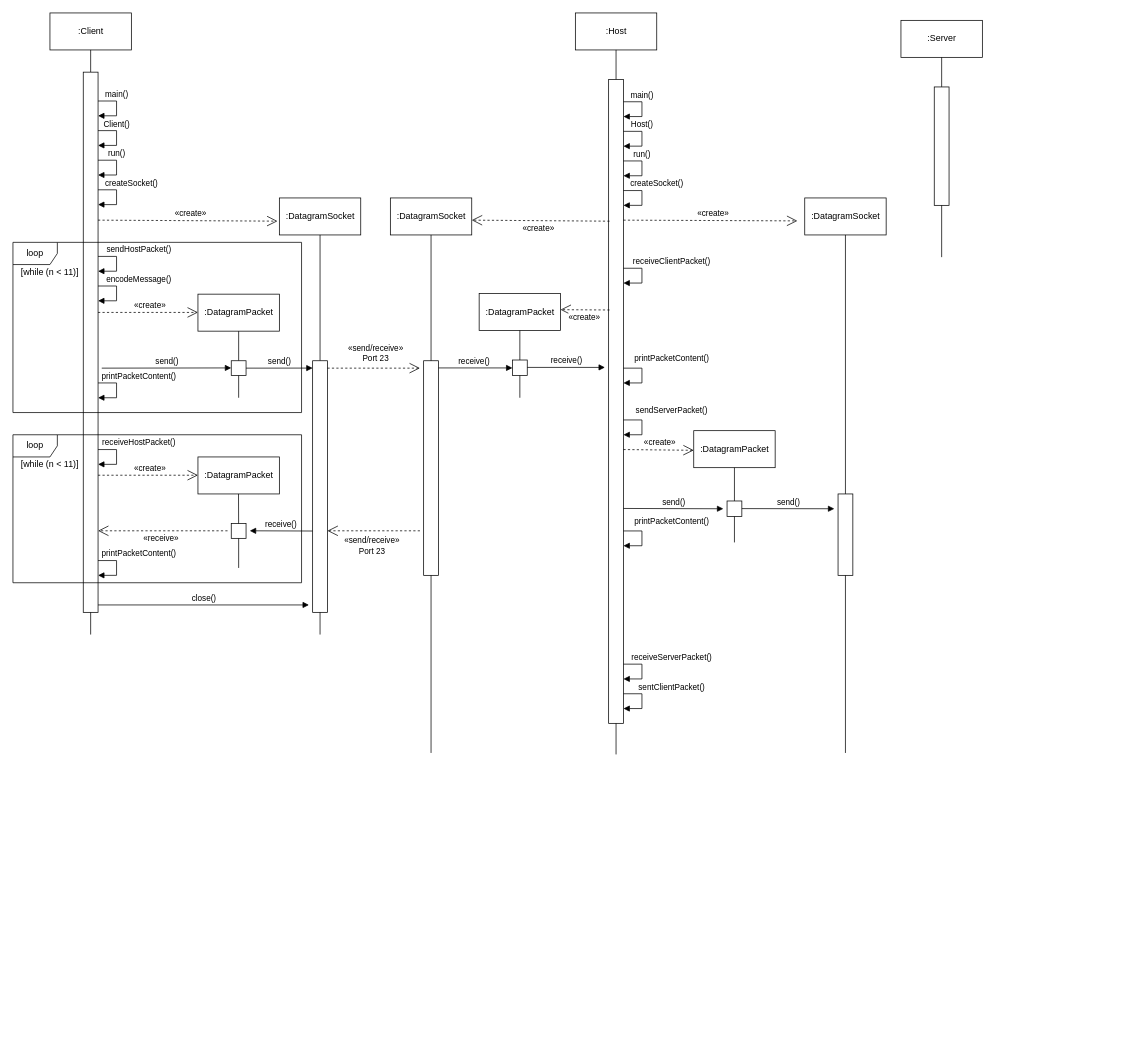
trong0dn/Client-Intermediate-Server keeps this draw.io diagram as page "UML-sequence" (2 of 2) of UML-A2.drawio. Above is the earlier version. Source tidied: cells renumbered, new cells numbered last; positions are measured from the earlier drawing's top-left corner, leaving out a move shared by most shapes. Both pictures are drawn from the tidied source at 74%, with x=0, y=0 at pixel (13, 13).
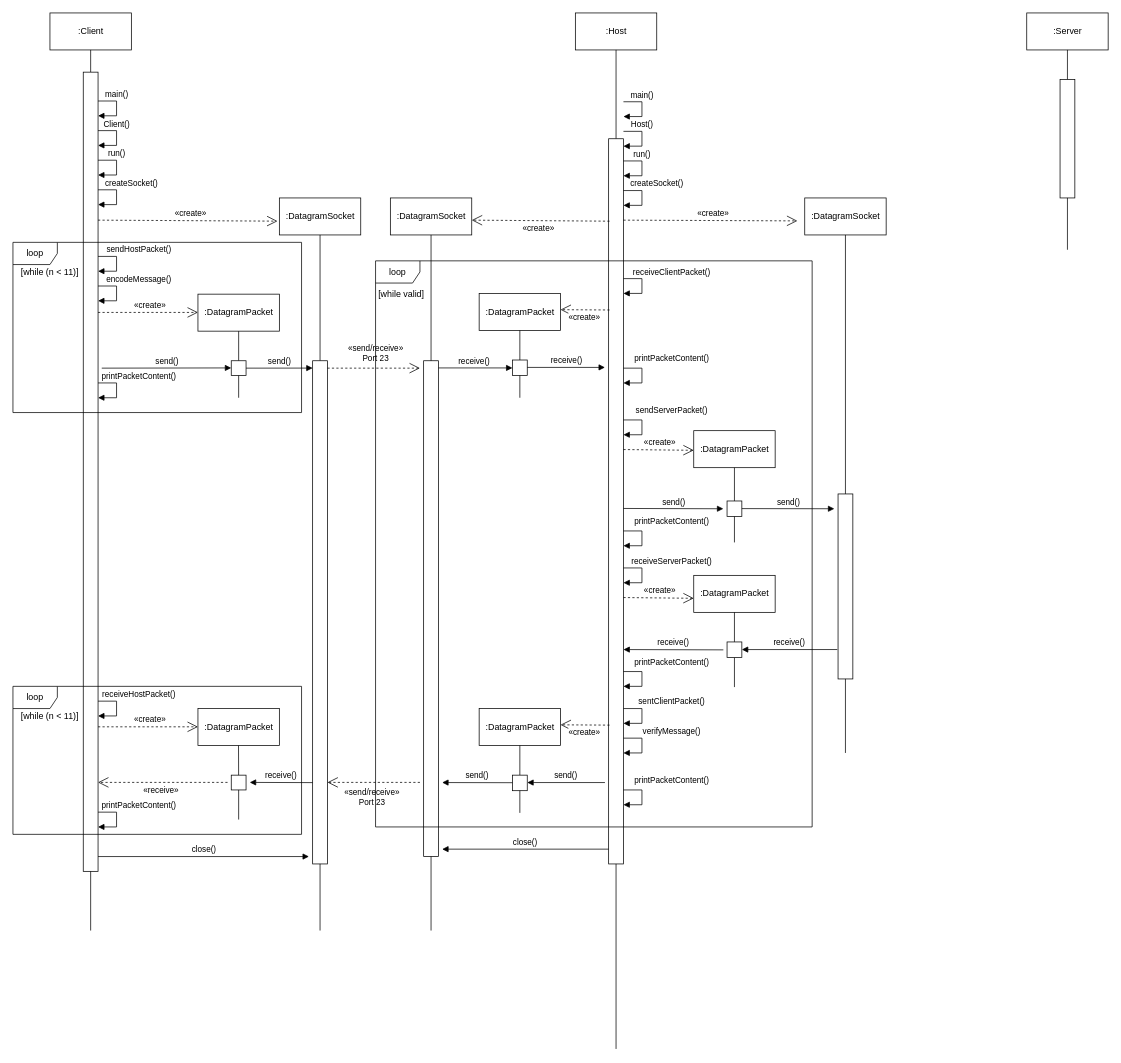
The same page after the edit.

The edit, as a diff of the source:
```diff
@@
     <mxCell id="4" style="rounded=0;whiteSpace=wrap;html=1;" parent="1" vertex="1">
-      <mxGeometry x="95" y="80" width="20" height="730" as="geometry" />
+      <mxGeometry x="95" y="80" width="20" height="1080" as="geometry" />
     </mxCell>
     <mxCell id="5" style="endArrow=none;html=1;rounded=0;" parent="1" edge="1" source="4">
       <mxGeometry relative="1" as="geometry">
-        <mxPoint x="105" y="840" as="targetPoint" />
+        <mxPoint x="105" y="1240" as="targetPoint" />
       </mxGeometry>
     </mxCell>
@@
     <mxCell id="8" style="rounded=0;whiteSpace=wrap;html=1;" parent="1" vertex="1">
-      <mxGeometry x="405" y="470" width="20" height="340" as="geometry" />
+      <mxGeometry x="405" y="470" width="20" height="680" as="geometry" />
     </mxCell>
     <mxCell id="9" style="endArrow=none;html=1;rounded=0;" parent="1" edge="1" source="8">
       <mxGeometry relative="1" as="geometry">
-        <mxPoint x="415" y="840" as="targetPoint" />
+        <mxPoint x="415" y="1240" as="targetPoint" />
       </mxGeometry>
     </mxCell>
     <mxCell id="10" value=":Server" style="html=1;" parent="1" vertex="1">
-      <mxGeometry x="1200" y="10" width="110" height="50" as="geometry" />
+      <mxGeometry x="1370" width="110" height="50" as="geometry" />
     </mxCell>
@@
     <mxCell id="12" style="rounded=0;whiteSpace=wrap;html=1;" parent="1" vertex="1">
-      <mxGeometry x="1245" y="100" width="20" height="160" as="geometry" />
+      <mxGeometry x="1415" y="90" width="20" height="160" as="geometry" />
     </mxCell>
     <mxCell id="13" style="endArrow=none;html=1;rounded=0;" parent="1" edge="1" source="12">
       <mxGeometry relative="1" as="geometry">
-        <mxPoint x="1255" y="330" as="targetPoint" />
+        <mxPoint x="1425" y="320" as="targetPoint" />
       </mxGeometry>
     </mxCell>
@@
     <mxCell id="19" value="receiveHostPacket()" style="html=1;verticalAlign=bottom;endArrow=block;rounded=0;" parent="1" edge="1">
       <mxGeometry x="-0.29" y="30" relative="1" as="geometry">
-        <mxPoint x="115" y="590" as="sourcePoint" />
-        <mxPoint x="115" y="610" as="targetPoint" />
+        <mxPoint x="115" y="930" as="sourcePoint" />
+        <mxPoint x="115" y="950" as="targetPoint" />
         <Array as="points">
-          <mxPoint x="140" y="590" />
-          <mxPoint x="140" y="610" />
+          <mxPoint x="140" y="930" />
+          <mxPoint x="140" y="950" />
         </Array>
       </mxGeometry>
     </mxCell>
@@
     <mxCell id="23" style="rounded=0;whiteSpace=wrap;html=1;" parent="1" vertex="1">
-      <mxGeometry x="805" y="90" width="20" height="870" as="geometry" />
+      <mxGeometry x="805" y="170" width="20" height="980" as="geometry" />
     </mxCell>
     <mxCell id="24" style="endArrow=none;html=1;rounded=0;" parent="1" edge="1" source="23">
       <mxGeometry relative="1" as="geometry">
-        <mxPoint x="815" y="1002" as="targetPoint" />
+        <mxPoint x="815" y="1400" as="targetPoint" />
       </mxGeometry>
     </mxCell>
@@
     <mxCell id="35" style="rounded=0;whiteSpace=wrap;html=1;" parent="1" vertex="1">
-      <mxGeometry x="555" y="470" width="20" height="290" as="geometry" />
+      <mxGeometry x="555" y="470" width="20" height="670" as="geometry" />
     </mxCell>
     <mxCell id="36" style="endArrow=none;html=1;rounded=0;" parent="1" edge="1" source="35">
       <mxGeometry relative="1" as="geometry">
-        <mxPoint x="565" y="1000" as="targetPoint" />
+        <mxPoint x="565" y="1240" as="targetPoint" />
       </mxGeometry>
     </mxCell>
@@
     <mxCell id="44" value="«send/receive»&lt;br&gt;Port 23" style="endArrow=open;endSize=12;dashed=1;html=1;rounded=0;" parent="1" edge="1">
       <mxGeometry x="0.04" y="20" relative="1" as="geometry">
-        <mxPoint x="550" y="699.8" as="sourcePoint" />
-        <mxPoint x="425" y="699.8" as="targetPoint" />
+        <mxPoint x="550" y="1039.8" as="sourcePoint" />
+        <mxPoint x="425" y="1039.8" as="targetPoint" />
       </mxGeometry>
     </mxCell>
     <mxCell id="45" style="rounded=0;whiteSpace=wrap;html=1;" parent="1" vertex="1">
-      <mxGeometry x="295" y="690" width="20" height="20" as="geometry" />
+      <mxGeometry x="295" y="1030" width="20" height="20" as="geometry" />
     </mxCell>
     <mxCell id="46" style="endArrow=none;html=1;rounded=0;" parent="1" edge="1" source="45">
       <mxGeometry relative="1" as="geometry">
-        <mxPoint x="305" y="750" as="targetPoint" />
+        <mxPoint x="305" y="1090" as="targetPoint" />
       </mxGeometry>
     </mxCell>
     <mxCell id="47" value="receive()" style="html=1;verticalAlign=bottom;endArrow=block;rounded=0;" parent="1" edge="1">
       <mxGeometry relative="1" as="geometry">
-        <mxPoint x="405" y="700.1" as="sourcePoint" />
-        <mxPoint x="320" y="699.8" as="targetPoint" />
+        <mxPoint x="405" y="1040.1" as="sourcePoint" />
+        <mxPoint x="320" y="1039.8" as="targetPoint" />
       </mxGeometry>
     </mxCell>
     <mxCell id="48" value="«receive»" style="endArrow=open;endSize=12;dashed=1;html=1;rounded=0;" parent="1" edge="1">
       <mxGeometry x="0.03" y="10" relative="1" as="geometry">
-        <mxPoint x="290" y="699.8" as="sourcePoint" />
-        <mxPoint x="115" y="699.8" as="targetPoint" />
+        <mxPoint x="290" y="1039.8" as="sourcePoint" />
+        <mxPoint x="115" y="1039.8" as="targetPoint" />
       </mxGeometry>
     </mxCell>
     <mxCell id="49" value="printPacketContent()" style="html=1;verticalAlign=bottom;endArrow=block;rounded=0;" parent="1" edge="1">
       <mxGeometry x="-0.29" y="30" relative="1" as="geometry">
-        <mxPoint x="115" y="740" as="sourcePoint" />
-        <mxPoint x="115" y="760" as="targetPoint" />
+        <mxPoint x="115" y="1080" as="sourcePoint" />
+        <mxPoint x="115" y="1100" as="targetPoint" />
         <Array as="points">
-          <mxPoint x="140" y="740" />
-          <mxPoint x="140" y="760" />
+          <mxPoint x="140" y="1080" />
+          <mxPoint x="140" y="1100" />
         </Array>
       </mxGeometry>
     </mxCell>
@@
     <mxCell id="53" value="loop" style="shape=umlFrame;whiteSpace=wrap;html=1;" parent="1" vertex="1">
-      <mxGeometry y="570" width="390" height="200" as="geometry" />
+      <mxGeometry y="910" width="390" height="200" as="geometry" />
     </mxCell>
     <mxCell id="54" value="[while (n &amp;lt; 11)]" style="text;html=1;strokeColor=none;fillColor=none;align=center;verticalAlign=middle;whiteSpace=wrap;rounded=0;" parent="1" vertex="1">
-      <mxGeometry x="5" y="595" width="90" height="30" as="geometry" />
+      <mxGeometry x="5" y="935" width="90" height="30" as="geometry" />
     </mxCell>
     <mxCell id="55" value=":DatagramPacket" style="html=1;" parent="1" vertex="1">
-      <mxGeometry x="250" y="600" width="110" height="50" as="geometry" />
+      <mxGeometry x="250" y="940" width="110" height="50" as="geometry" />
     </mxCell>
     <mxCell id="56" value="«create»" style="endArrow=open;endSize=12;dashed=1;html=1;rounded=0;" parent="1" edge="1">
       <mxGeometry x="0.03" y="10" relative="1" as="geometry">
-        <mxPoint x="115" y="624.7" as="sourcePoint" />
-        <mxPoint x="250" y="624.7" as="targetPoint" />
+        <mxPoint x="115" y="964.7" as="sourcePoint" />
+        <mxPoint x="250" y="964.7" as="targetPoint" />
       </mxGeometry>
     </mxCell>
     <mxCell id="57" style="endArrow=none;html=1;rounded=0;" parent="1" edge="1" source="45">
       <mxGeometry relative="1" as="geometry">
-        <mxPoint x="304.8" y="650" as="targetPoint" />
+        <mxPoint x="304.8" y="990" as="targetPoint" />
       </mxGeometry>
     </mxCell>
     <mxCell id="58" value="close()" style="html=1;verticalAlign=bottom;endArrow=block;rounded=0;" parent="1" edge="1">
       <mxGeometry relative="1" as="geometry">
-        <mxPoint x="115" y="800" as="sourcePoint" />
-        <mxPoint x="400" y="800" as="targetPoint" />
+        <mxPoint x="115" y="1140" as="sourcePoint" />
+        <mxPoint x="400" y="1140" as="targetPoint" />
       </mxGeometry>
     </mxCell>
@@
     <mxCell id="64" value="receiveClientPacket()" style="html=1;verticalAlign=bottom;endArrow=block;rounded=0;" parent="1" edge="1">
       <mxGeometry x="-0.29" y="40" relative="1" as="geometry">
-        <mxPoint x="825" y="345" as="sourcePoint" />
-        <mxPoint x="825" y="365" as="targetPoint" />
+        <mxPoint x="825" y="359" as="sourcePoint" />
+        <mxPoint x="825" y="379" as="targetPoint" />
         <Array as="points">
-          <mxPoint x="850" y="345" />
-          <mxPoint x="850" y="365" />
+          <mxPoint x="850" y="359" />
+          <mxPoint x="850" y="379" />
         </Array>
       </mxGeometry>
     </mxCell>
@@
     <mxCell id="66" value="receiveServerPacket()" style="html=1;verticalAlign=bottom;endArrow=block;rounded=0;" parent="1" edge="1">
       <mxGeometry x="-0.29" y="40" relative="1" as="geometry">
-        <mxPoint x="825" y="880" as="sourcePoint" />
-        <mxPoint x="825" y="900" as="targetPoint" />
+        <mxPoint x="825" y="750" as="sourcePoint" />
+        <mxPoint x="825" y="770" as="targetPoint" />
         <Array as="points">
-          <mxPoint x="850" y="880" />
-          <mxPoint x="850" y="900" />
+          <mxPoint x="850" y="750" />
+          <mxPoint x="850" y="770" />
         </Array>
       </mxGeometry>
     </mxCell>
     <mxCell id="67" value="sentClientPacket()" style="html=1;verticalAlign=bottom;endArrow=block;rounded=0;" parent="1" edge="1">
       <mxGeometry x="-0.29" y="40" relative="1" as="geometry">
-        <mxPoint x="825" y="920" as="sourcePoint" />
-        <mxPoint x="825" y="940" as="targetPoint" />
+        <mxPoint x="825" y="940" as="sourcePoint" />
+        <mxPoint x="825" y="960" as="targetPoint" />
         <Array as="points">
-          <mxPoint x="850" y="920" />
           <mxPoint x="850" y="940" />
+          <mxPoint x="850" y="960" />
         </Array>
       </mxGeometry>
     </mxCell>
@@
     <mxCell id="69" style="rounded=0;whiteSpace=wrap;html=1;" parent="1" vertex="1">
-      <mxGeometry x="1115" y="650" width="20" height="110" as="geometry" />
+      <mxGeometry x="1115" y="650" width="20" height="250" as="geometry" />
     </mxCell>
@@
+    <mxCell id="83" value=":DatagramPacket" style="html=1;" parent="1" vertex="1">
+      <mxGeometry x="920" y="760" width="110" height="50" as="geometry" />
+    </mxCell>
+    <mxCell id="84" style="endArrow=none;html=1;rounded=0;exitX=0.5;exitY=0;exitDx=0;exitDy=0;" parent="1" edge="1" source="87" target="83">
+      <mxGeometry relative="1" as="geometry" />
+    </mxCell>
+    <mxCell id="85" style="endArrow=none;html=1;rounded=0;exitX=0.5;exitY=1;exitDx=0;exitDy=0;" parent="1" edge="1" source="87">
+      <mxGeometry relative="1" as="geometry">
+        <mxPoint x="975" y="911" as="targetPoint" />
+      </mxGeometry>
+    </mxCell>
+    <mxCell id="86" value="«create»" style="endArrow=open;endSize=12;dashed=1;html=1;rounded=0;" parent="1" edge="1">
+      <mxGeometry x="0.03" y="10" relative="1" as="geometry">
+        <mxPoint x="825" y="790" as="sourcePoint" />
+        <mxPoint x="920" y="791" as="targetPoint" />
+      </mxGeometry>
+    </mxCell>
+    <mxCell id="87" style="rounded=0;whiteSpace=wrap;html=1;" parent="1" vertex="1">
+      <mxGeometry x="965" y="850" width="20" height="21" as="geometry" />
+    </mxCell>
+    <mxCell id="88" value="receive()" style="html=1;verticalAlign=bottom;endArrow=block;rounded=0;" parent="1" edge="1">
+      <mxGeometry relative="1" as="geometry">
+        <mxPoint x="960" y="860.7" as="sourcePoint" />
+        <mxPoint x="825" y="860.3" as="targetPoint" />
+      </mxGeometry>
+    </mxCell>
+    <mxCell id="89" value="receive()" style="html=1;verticalAlign=bottom;endArrow=block;rounded=0;exitX=-0.05;exitY=0.841;exitDx=0;exitDy=0;exitPerimeter=0;" parent="1" edge="1" source="69">
+      <mxGeometry relative="1" as="geometry">
+        <mxPoint x="985" y="860.3" as="targetPoint" />
+      </mxGeometry>
+    </mxCell>
+    <mxCell id="90" value="printPacketContent()" style="html=1;verticalAlign=bottom;endArrow=block;rounded=0;" parent="1" edge="1">
+      <mxGeometry x="-0.29" y="40" relative="1" as="geometry">
+        <mxPoint x="825" y="890" as="sourcePoint" />
+        <mxPoint x="825" y="910" as="targetPoint" />
+        <Array as="points">
+          <mxPoint x="850" y="890" />
+          <mxPoint x="850" y="910" />
+        </Array>
+        <mxPoint y="-4" as="offset" />
+      </mxGeometry>
+    </mxCell>
+    <mxCell id="91" value=":DatagramPacket" style="html=1;" parent="1" vertex="1">
+      <mxGeometry x="630" y="940" width="110" height="50" as="geometry" />
+    </mxCell>
+    <mxCell id="92" style="endArrow=none;html=1;rounded=0;" parent="1" edge="1" source="93" target="91">
+      <mxGeometry relative="1" as="geometry" />
+    </mxCell>
+    <mxCell id="93" style="rounded=0;whiteSpace=wrap;html=1;" parent="1" vertex="1">
+      <mxGeometry x="675" y="1030" width="20" height="21" as="geometry" />
+    </mxCell>
+    <mxCell id="94" style="endArrow=none;html=1;rounded=0;" parent="1" edge="1" source="93">
+      <mxGeometry relative="1" as="geometry">
+        <mxPoint x="685" y="1081" as="targetPoint" />
+      </mxGeometry>
+    </mxCell>
+    <mxCell id="95" value="send()" style="html=1;verticalAlign=bottom;endArrow=block;rounded=0;" parent="1" edge="1">
+      <mxGeometry relative="1" as="geometry">
+        <mxPoint x="800" y="1040" as="sourcePoint" />
+        <mxPoint x="695" y="1040" as="targetPoint" />
+      </mxGeometry>
+    </mxCell>
+    <mxCell id="96" value="«create»" style="endArrow=open;endSize=12;dashed=1;html=1;rounded=0;" parent="1" edge="1">
+      <mxGeometry x="0.03" y="10" relative="1" as="geometry">
+        <mxPoint x="806.2" y="962.4" as="sourcePoint" />
+        <mxPoint x="740" y="962" as="targetPoint" />
+      </mxGeometry>
+    </mxCell>
+    <mxCell id="97" value="send()" style="html=1;verticalAlign=bottom;endArrow=block;rounded=0;" parent="1" edge="1">
+      <mxGeometry relative="1" as="geometry">
+        <mxPoint x="675" y="1040.2" as="sourcePoint" />
+        <mxPoint x="580" y="1040" as="targetPoint" />
+      </mxGeometry>
+    </mxCell>
+    <mxCell id="98" value="printPacketContent()" style="html=1;verticalAlign=bottom;endArrow=block;rounded=0;" parent="1" edge="1">
+      <mxGeometry x="-0.29" y="40" relative="1" as="geometry">
+        <mxPoint x="825" y="1050" as="sourcePoint" />
+        <mxPoint x="825" y="1070" as="targetPoint" />
+        <Array as="points">
+          <mxPoint x="850" y="1050" />
+          <mxPoint x="850" y="1070" />
+        </Array>
+        <mxPoint y="-4" as="offset" />
+      </mxGeometry>
+    </mxCell>
+    <mxCell id="99" value="verifyMessage()" style="html=1;verticalAlign=bottom;endArrow=block;rounded=0;" parent="1" edge="1">
+      <mxGeometry x="-0.29" y="40" relative="1" as="geometry">
+        <mxPoint x="825" y="980" as="sourcePoint" />
+        <mxPoint x="825" y="1000" as="targetPoint" />
+        <Array as="points">
+          <mxPoint x="850" y="980" />
+          <mxPoint x="850" y="1000" />
+        </Array>
+      </mxGeometry>
+    </mxCell>
+    <mxCell id="100" value="close()" style="html=1;verticalAlign=bottom;endArrow=block;rounded=0;" parent="1" edge="1">
+      <mxGeometry relative="1" as="geometry">
+        <mxPoint x="805" y="1130" as="sourcePoint" />
+        <mxPoint x="580" y="1130" as="targetPoint" />
+      </mxGeometry>
+    </mxCell>
+    <mxCell id="101" value="loop" style="shape=umlFrame;whiteSpace=wrap;html=1;" parent="1" vertex="1">
+      <mxGeometry x="490" y="335" width="590" height="765" as="geometry" />
+    </mxCell>
+    <mxCell id="102" value="[while valid]" style="text;html=1;strokeColor=none;fillColor=none;align=center;verticalAlign=middle;whiteSpace=wrap;rounded=0;" parent="1" vertex="1">
+      <mxGeometry x="490" y="365" width="70" height="30" as="geometry" />
+    </mxCell>
```
